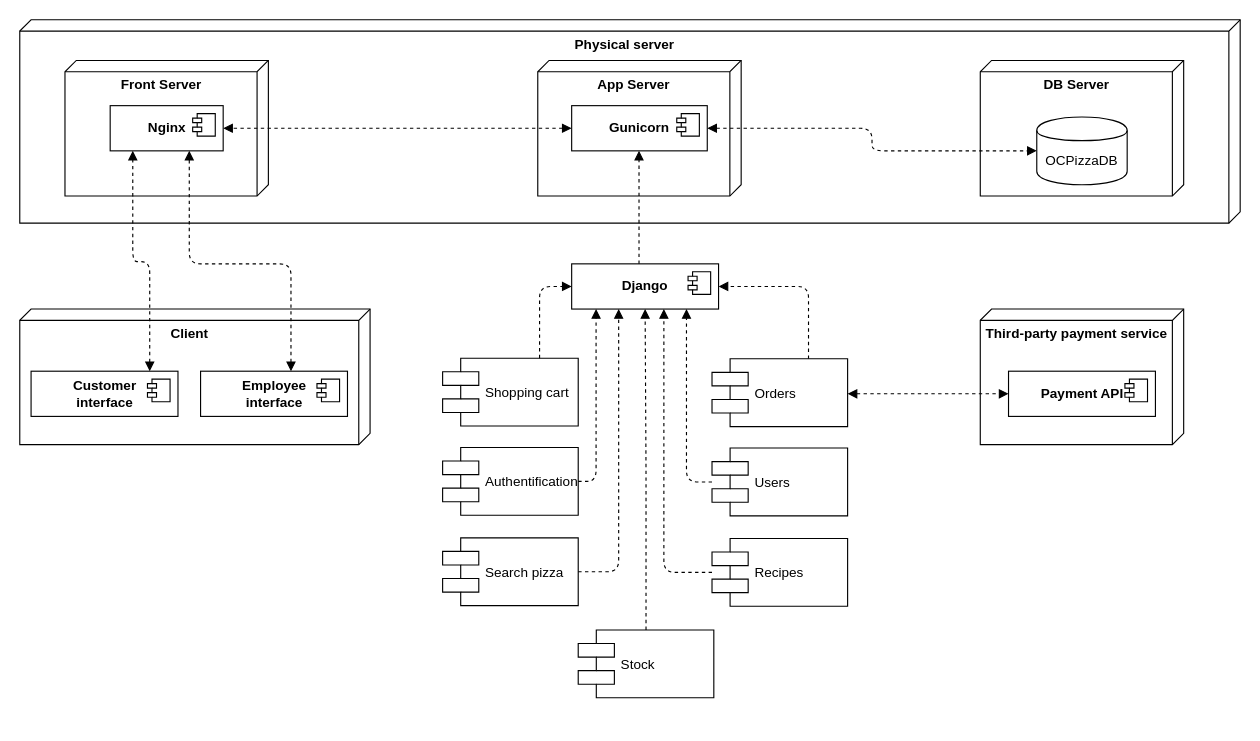
Above: page "DeploymentDiagram" (13 of 13) of Diagrams/OCPizza.drawio in GuillaumeOj/DesignTechnicalSolution (draw.io), before the change. Source tidied: cells renumbered, new cells numbered last; positions are measured from the earlier drawing's top-left corner, leaving out a move shared by most shapes. Both pictures are drawn from the tidied source at 113%, with x=0, y=0 at pixel (19, 19).
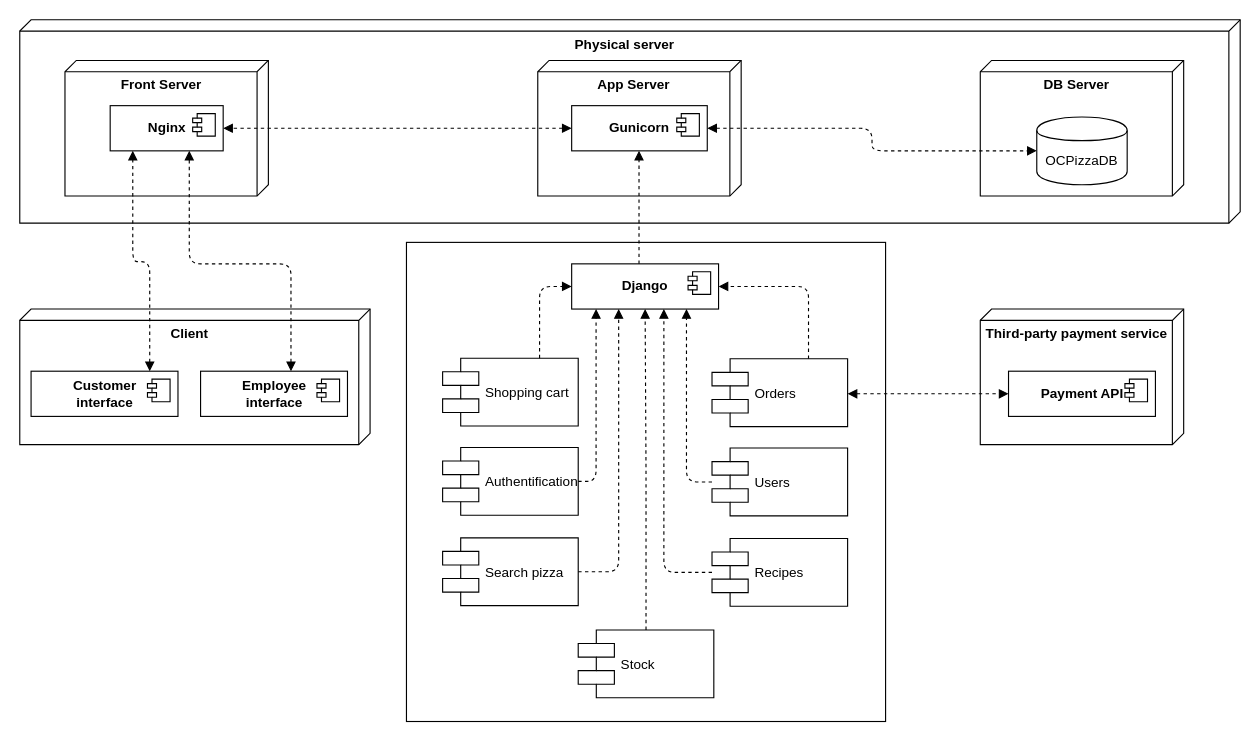
The same diagram, later.

The edit, as a diff of the source:
```diff
@@
+    <mxCell id="41" style="whiteSpace=wrap;html=1;" parent="1" vertex="1">
+      <mxGeometry x="342.2" y="197" width="424" height="424" as="geometry" />
+    </mxCell>
```
